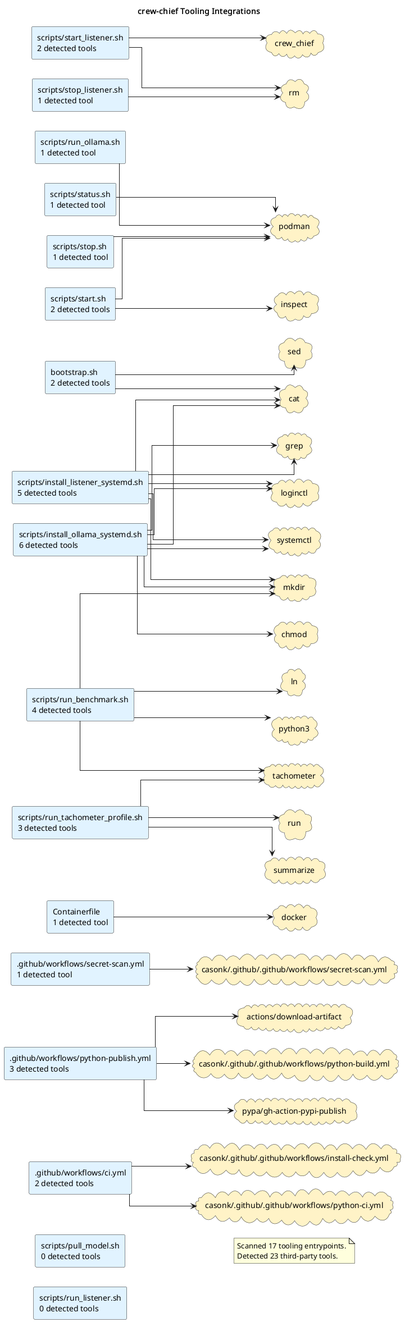
Before: docs/diagrams/tooling-integrations.puml.png, a diagram exported from PlantUML (casonk/crew-chief).
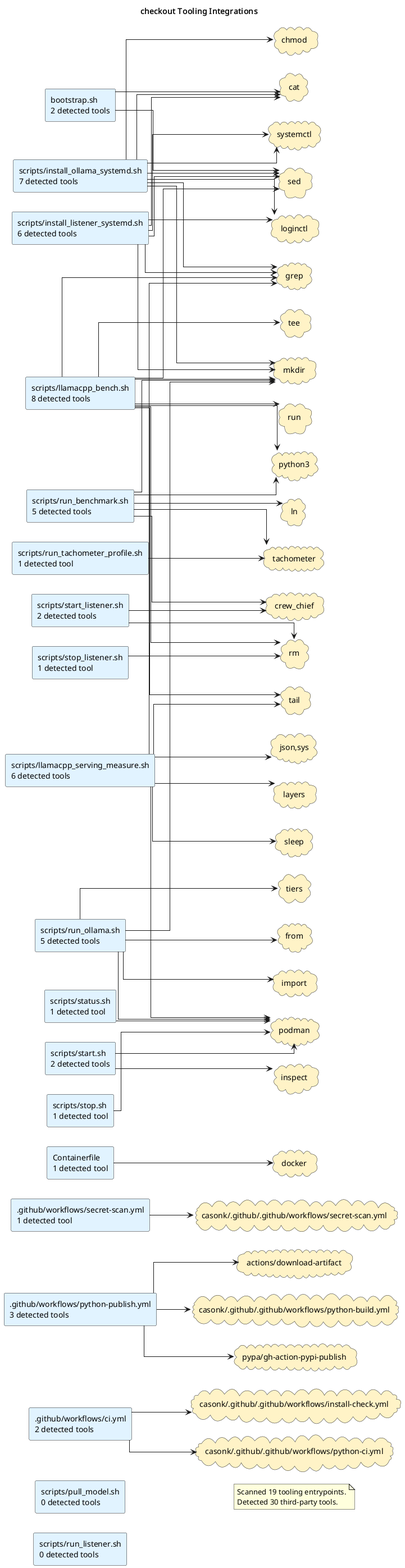
The same diagram one commit later.

The edit, as a diff of the source:
```diff
@@ -1,5 +1,5 @@
 @startuml
-title crew-chief Tooling Integrations
+title checkout Tooling Integrations
 left to right direction
 skinparam shadowing false
 skinparam defaultFontName Monospace
@@ -10,13 +10,15 @@
 rectangle ".github/workflows/secret-scan.yml\n1 detected tool" as source_github_workflows_secret_scan_yml #E0F2FE
 rectangle "Containerfile\n1 detected tool" as source_containerfile #E0F2FE
 rectangle "bootstrap.sh\n2 detected tools" as source_bootstrap_sh #E0F2FE
-rectangle "scripts/install_listener_systemd.sh\n5 detected tools" as source_scripts_install_listener_systemd_sh #E0F2FE
-rectangle "scripts/install_ollama_systemd.sh\n6 detected tools" as source_scripts_install_ollama_systemd_sh #E0F2FE
+rectangle "scripts/install_listener_systemd.sh\n6 detected tools" as source_scripts_install_listener_systemd_sh #E0F2FE
+rectangle "scripts/install_ollama_systemd.sh\n7 detected tools" as source_scripts_install_ollama_systemd_sh #E0F2FE
+rectangle "scripts/llamacpp_bench.sh\n8 detected tools" as source_scripts_llamacpp_bench_sh #E0F2FE
+rectangle "scripts/llamacpp_serving_measure.sh\n6 detected tools" as source_scripts_llamacpp_serving_measure_sh #E0F2FE
 rectangle "scripts/pull_model.sh\n0 detected tools" as source_scripts_pull_model_sh #E0F2FE
-rectangle "scripts/run_benchmark.sh\n4 detected tools" as source_scripts_run_benchmark_sh #E0F2FE
+rectangle "scripts/run_benchmark.sh\n5 detected tools" as source_scripts_run_benchmark_sh #E0F2FE
 rectangle "scripts/run_listener.sh\n0 detected tools" as source_scripts_run_listener_sh #E0F2FE
-rectangle "scripts/run_ollama.sh\n1 detected tool" as source_scripts_run_ollama_sh #E0F2FE
-rectangle "scripts/run_tachometer_profile.sh\n3 detected tools" as source_scripts_run_tachometer_profile_sh #E0F2FE
+rectangle "scripts/run_ollama.sh\n5 detected tools" as source_scripts_run_ollama_sh #E0F2FE
+rectangle "scripts/run_tachometer_profile.sh\n1 detected tool" as source_scripts_run_tachometer_profile_sh #E0F2FE
 rectangle "scripts/start.sh\n2 detected tools" as source_scripts_start_sh #E0F2FE
 rectangle "scripts/start_listener.sh\n2 detected tools" as source_scripts_start_listener_sh #E0F2FE
 rectangle "scripts/status.sh\n1 detected tool" as source_scripts_status_sh #E0F2FE
@@ -31,8 +33,12 @@
 cloud "chmod" as tool_chmod #FEF3C7
 cloud "crew_chief" as tool_crew_chief #FEF3C7
 cloud "docker" as tool_docker #FEF3C7
+cloud "from" as tool_from #FEF3C7
 cloud "grep" as tool_grep #FEF3C7
+cloud "import" as tool_import #FEF3C7
 cloud "inspect" as tool_inspect #FEF3C7
+cloud "json,sys" as tool_json_sys #FEF3C7
+cloud "layers" as tool_layers #FEF3C7
 cloud "ln" as tool_ln #FEF3C7
 cloud "loginctl" as tool_loginctl #FEF3C7
 cloud "mkdir" as tool_mkdir #FEF3C7
@@ -42,9 +48,12 @@
 cloud "rm" as tool_rm #FEF3C7
 cloud "run" as tool_run #FEF3C7
 cloud "sed" as tool_sed #FEF3C7
-cloud "summarize" as tool_summarize #FEF3C7
+cloud "sleep" as tool_sleep #FEF3C7
 cloud "systemctl" as tool_systemctl #FEF3C7
 cloud "tachometer" as tool_tachometer #FEF3C7
+cloud "tail" as tool_tail #FEF3C7
+cloud "tee" as tool_tee #FEF3C7
+cloud "tiers" as tool_tiers #FEF3C7
 source_github_workflows_ci_yml --> tool_casonk_github_github_workflows_install_check_yml
 source_github_workflows_ci_yml --> tool_casonk_github_github_workflows_python_ci_yml
 source_github_workflows_python_publish_yml --> tool_actions_download_artifact
@@ -58,20 +67,39 @@
 source_scripts_install_listener_systemd_sh --> tool_grep
 source_scripts_install_listener_systemd_sh --> tool_loginctl
 source_scripts_install_listener_systemd_sh --> tool_mkdir
+source_scripts_install_listener_systemd_sh --> tool_sed
 source_scripts_install_listener_systemd_sh --> tool_systemctl
 source_scripts_install_ollama_systemd_sh --> tool_cat
 source_scripts_install_ollama_systemd_sh --> tool_chmod
 source_scripts_install_ollama_systemd_sh --> tool_grep
 source_scripts_install_ollama_systemd_sh --> tool_loginctl
 source_scripts_install_ollama_systemd_sh --> tool_mkdir
+source_scripts_install_ollama_systemd_sh --> tool_sed
 source_scripts_install_ollama_systemd_sh --> tool_systemctl
+source_scripts_llamacpp_bench_sh --> tool_grep
+source_scripts_llamacpp_bench_sh --> tool_mkdir
+source_scripts_llamacpp_bench_sh --> tool_python3
+source_scripts_llamacpp_bench_sh --> tool_rm
+source_scripts_llamacpp_bench_sh --> tool_run
+source_scripts_llamacpp_bench_sh --> tool_sed
+source_scripts_llamacpp_bench_sh --> tool_tail
+source_scripts_llamacpp_bench_sh --> tool_tee
+source_scripts_llamacpp_serving_measure_sh --> tool_grep
+source_scripts_llamacpp_serving_measure_sh --> tool_json_sys
+source_scripts_llamacpp_serving_measure_sh --> tool_layers
+source_scripts_llamacpp_serving_measure_sh --> tool_podman
+source_scripts_llamacpp_serving_measure_sh --> tool_sleep
+source_scripts_llamacpp_serving_measure_sh --> tool_tail
+source_scripts_run_benchmark_sh --> tool_crew_chief
 source_scripts_run_benchmark_sh --> tool_ln
 source_scripts_run_benchmark_sh --> tool_mkdir
 source_scripts_run_benchmark_sh --> tool_python3
 source_scripts_run_benchmark_sh --> tool_tachometer
+source_scripts_run_ollama_sh --> tool_from
+source_scripts_run_ollama_sh --> tool_import
+source_scripts_run_ollama_sh --> tool_mkdir
 source_scripts_run_ollama_sh --> tool_podman
-source_scripts_run_tachometer_profile_sh --> tool_run
-source_scripts_run_tachometer_profile_sh --> tool_summarize
+source_scripts_run_ollama_sh --> tool_tiers
 source_scripts_run_tachometer_profile_sh --> tool_tachometer
 source_scripts_start_sh --> tool_inspect
 source_scripts_start_sh --> tool_podman
@@ -81,7 +109,7 @@
 source_scripts_stop_sh --> tool_podman
 source_scripts_stop_listener_sh --> tool_rm
 note as toolingGraphSummary
-Scanned 17 tooling entrypoints.
-Detected 23 third-party tools.
+Scanned 19 tooling entrypoints.
+Detected 30 third-party tools.
 end note
 @enduml
```
